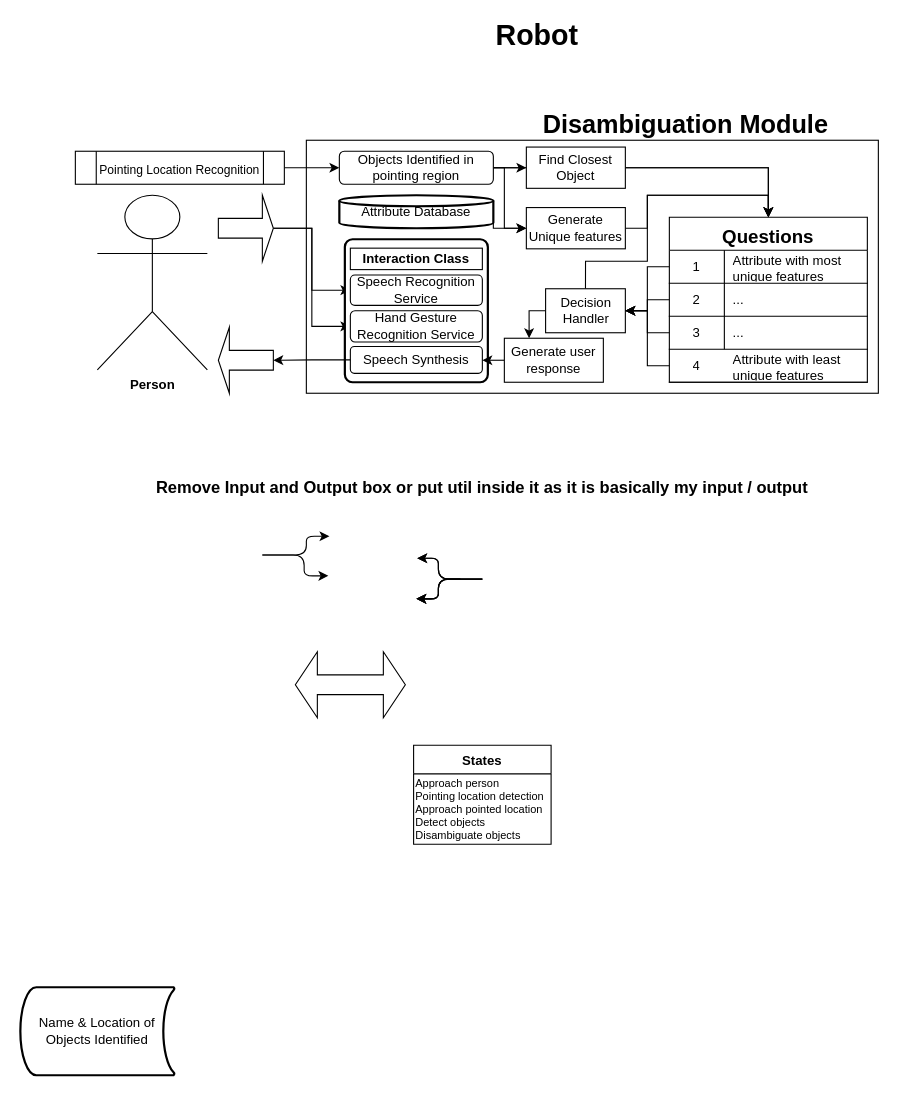
Earlier version of the draw.io diagram page "System Architecture" (2 of 2) of Disambiguation_System_Architecture.drawio (ahmedadamji/pointing_recognition_and_object_disambiguation). Source tidied: cells renumbered, new cells numbered last; positions are measured from the earlier drawing's top-left corner, leaving out a move shared by most shapes. Both pictures are drawn from the tidied source at 110%, with x=0, y=0 at pixel (20, 19).
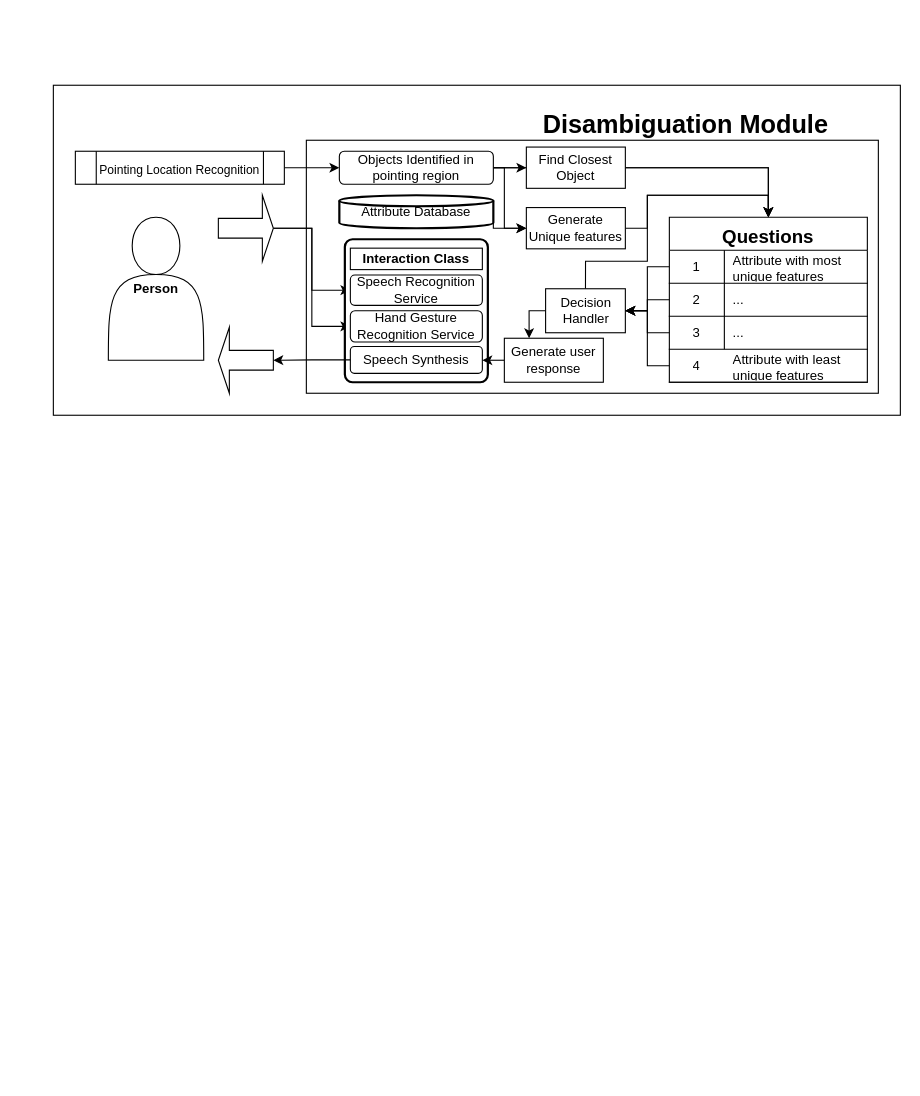
The same diagram, later.

Diff of the diagram source:
```diff
@@
+    <mxCell id="65" style="rounded=0;whiteSpace=wrap;html=1;" parent="1" vertex="1">
+      <mxGeometry x="30" y="60" width="770" height="300" as="geometry" />
+    </mxCell>
@@
-    <mxCell id="3" value="&lt;b&gt;Person&lt;/b&gt;" style="shape=umlActor;verticalLabelPosition=bottom;verticalAlign=top;html=1;" parent="1" vertex="1">
-      <mxGeometry x="70" y="160" width="100" height="158.8" as="geometry" />
-    </mxCell>
@@
-    <mxCell id="9" style="edgeStyle=elbowEdgeStyle;elbow=horizontal;endArrow=classic;html=1;fontFamily=Ariel;fontSize=33;entryX=0.04;entryY=0.783;entryDx=0;entryDy=0;entryPerimeter=0;" parent="1" edge="1">
-      <mxGeometry relative="1" as="geometry">
-        <mxPoint x="400" y="508.9" as="sourcePoint" />
-        <mxPoint x="360.8" y="490" as="targetPoint" />
-        <Array as="points">
-          <mxPoint x="380" y="499.9" />
-        </Array>
-      </mxGeometry>
-    </mxCell>
-    <mxCell id="10" style="edgeStyle=elbowEdgeStyle;elbow=horizontal;endArrow=classic;html=1;fontFamily=Ariel;fontSize=33;" parent="1" edge="1">
-      <mxGeometry relative="1" as="geometry">
-        <mxPoint x="400" y="508.9" as="sourcePoint" />
-        <mxPoint x="360" y="526.9" as="targetPoint" />
-        <Array as="points">
-          <mxPoint x="380" y="519.9" />
-        </Array>
-      </mxGeometry>
-    </mxCell>
-    <mxCell id="11" style="edgeStyle=elbowEdgeStyle;elbow=horizontal;endArrow=classic;html=1;fontFamily=Ariel;fontSize=33;exitX=1;exitY=0.5;exitDx=0;exitDy=0;exitPerimeter=0;" parent="1" edge="1">
-      <mxGeometry relative="1" as="geometry">
-        <mxPoint x="220" y="487" as="sourcePoint" />
-        <mxPoint x="281" y="470" as="targetPoint" />
-        <Array as="points">
-          <mxPoint x="260" y="477" />
-        </Array>
-      </mxGeometry>
-    </mxCell>
-    <mxCell id="12" style="edgeStyle=elbowEdgeStyle;elbow=horizontal;endArrow=classic;html=1;fontFamily=Ariel;fontSize=33;exitX=1;exitY=0.5;exitDx=0;exitDy=0;exitPerimeter=0;" parent="1" edge="1">
-      <mxGeometry relative="1" as="geometry">
-        <mxPoint x="220" y="487" as="sourcePoint" />
-        <mxPoint x="280" y="506" as="targetPoint" />
-        <Array as="points">
-          <mxPoint x="258" y="500" />
-        </Array>
-      </mxGeometry>
-    </mxCell>
-    <mxCell id="13" style="edgeStyle=elbowEdgeStyle;elbow=horizontal;endArrow=classic;html=1;fontFamily=Ariel;fontSize=33;" parent="1" edge="1">
-      <mxGeometry relative="1" as="geometry">
-        <mxPoint x="420" y="509" as="sourcePoint" />
-        <mxPoint x="360" y="526.9" as="targetPoint" />
-        <Array as="points">
-          <mxPoint x="380" y="519.9" />
-        </Array>
-      </mxGeometry>
-    </mxCell>
-    <mxCell id="14" style="edgeStyle=elbowEdgeStyle;elbow=horizontal;endArrow=classic;html=1;fontFamily=Ariel;fontSize=33;entryX=0.04;entryY=0.783;entryDx=0;entryDy=0;entryPerimeter=0;" parent="1" edge="1">
-      <mxGeometry relative="1" as="geometry">
-        <mxPoint x="420" y="509" as="sourcePoint" />
-        <mxPoint x="360.8" y="490" as="targetPoint" />
-        <Array as="points">
-          <mxPoint x="380" y="499.9" />
-        </Array>
-      </mxGeometry>
-    </mxCell>
-    <mxCell id="15" style="edgeStyle=elbowEdgeStyle;elbow=horizontal;endArrow=classic;html=1;fontFamily=Ariel;fontSize=33;" parent="1" edge="1">
-      <mxGeometry relative="1" as="geometry">
-        <mxPoint x="420" y="509" as="sourcePoint" />
-        <mxPoint x="360" y="526.9" as="targetPoint" />
-        <Array as="points">
-          <mxPoint x="380" y="519.9" />
-        </Array>
-      </mxGeometry>
-    </mxCell>
-    <mxCell id="16" value="States" style="swimlane;fontStyle=1;horizontal=1;startSize=26;fillColor=none;fontFamily=Ariel;fontSize=12;" parent="1" vertex="1">
-      <mxGeometry x="357.5" y="660" width="125" height="90" as="geometry" />
-    </mxCell>
-    <mxCell id="17" value="Approach person&#10;Pointing location detection&#10;Approach pointed location&#10;Detect objects&#10;Disambiguate objects" style="text;strokeColor=none;fillColor=none;align=left;verticalAlign=top;spacingLeft=4;spacingRight=4;overflow=hidden;fontSize=10;spacingTop=0;spacing=-2;" parent="16" vertex="1">
-      <mxGeometry y="26" width="125" height="64" as="geometry" />
-    </mxCell>
-    <mxCell id="18" style="shape=doubleArrow;whiteSpace=wrap;html=1;fontFamily=Ariel;fontSize=15;" parent="1" vertex="1">
-      <mxGeometry x="250" y="575" width="100" height="60" as="geometry" />
-    </mxCell>
@@
-    <mxCell id="21" value="Remove Input and Output box or put util inside it as it is basically my input / output" style="text;html=1;strokeColor=none;fillColor=none;align=center;verticalAlign=middle;whiteSpace=wrap;rounded=0;fontFamily=Ariel;fontSize=15;fontStyle=1;" parent="1" vertex="1">
-      <mxGeometry x="90" y="410" width="660" height="30" as="geometry" />
-    </mxCell>
@@
-    <mxCell id="24" value="Name &amp;amp; Location of Objects Identified" style="strokeWidth=2;html=1;shape=mxgraph.flowchart.stored_data;whiteSpace=wrap;" parent="1" vertex="1">
-      <mxGeometry y="880" width="140" height="80" as="geometry" />
-    </mxCell>
@@
-    <mxCell id="50" value="&lt;span style=&quot;font-size: 26px&quot;&gt;&lt;font face=&quot;Helvetica&quot;&gt;Robot&lt;/font&gt;&lt;/span&gt;" style="text;html=1;strokeColor=none;fillColor=none;align=center;verticalAlign=middle;whiteSpace=wrap;rounded=0;fontFamily=Ariel;fontSize=26;fontStyle=1;" parent="1" vertex="1">
-      <mxGeometry x="210" width="520" height="30" as="geometry" />
-    </mxCell>
@@
+    <mxCell id="3" value="&lt;b&gt;Person&lt;/b&gt;" style="shape=actor;whiteSpace=wrap;html=1;" parent="1" vertex="1">
+      <mxGeometry x="80" y="180" width="86.7" height="130" as="geometry" />
+    </mxCell>
```
